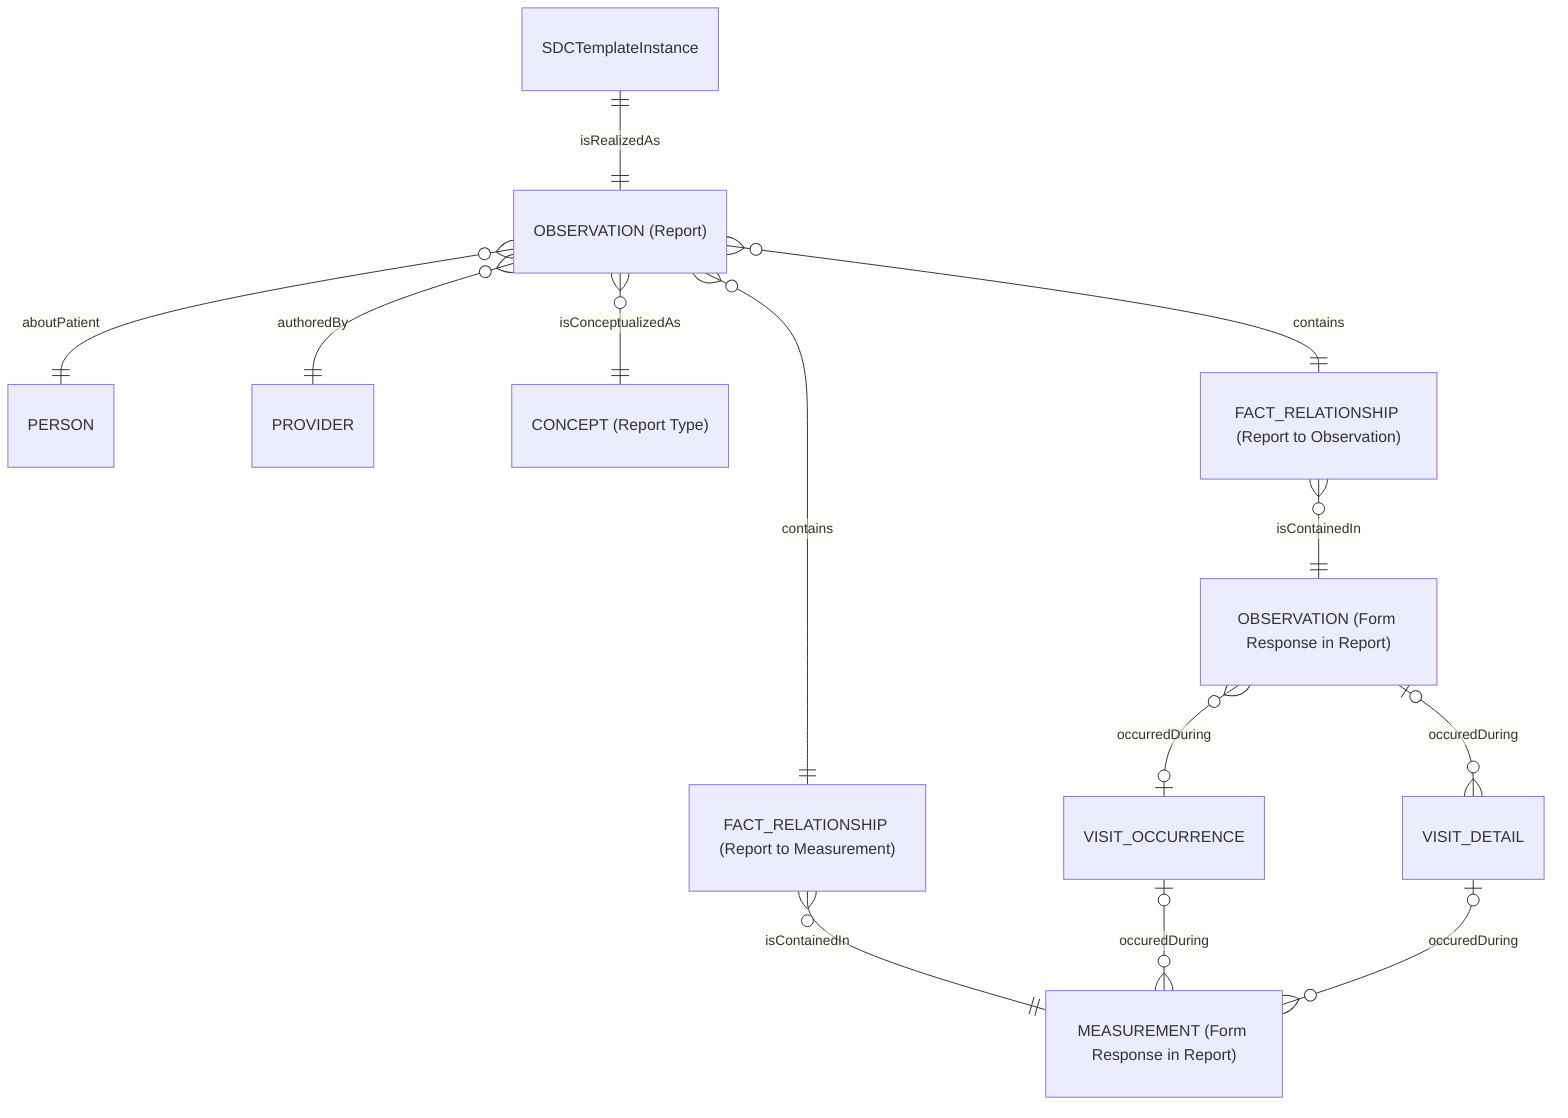
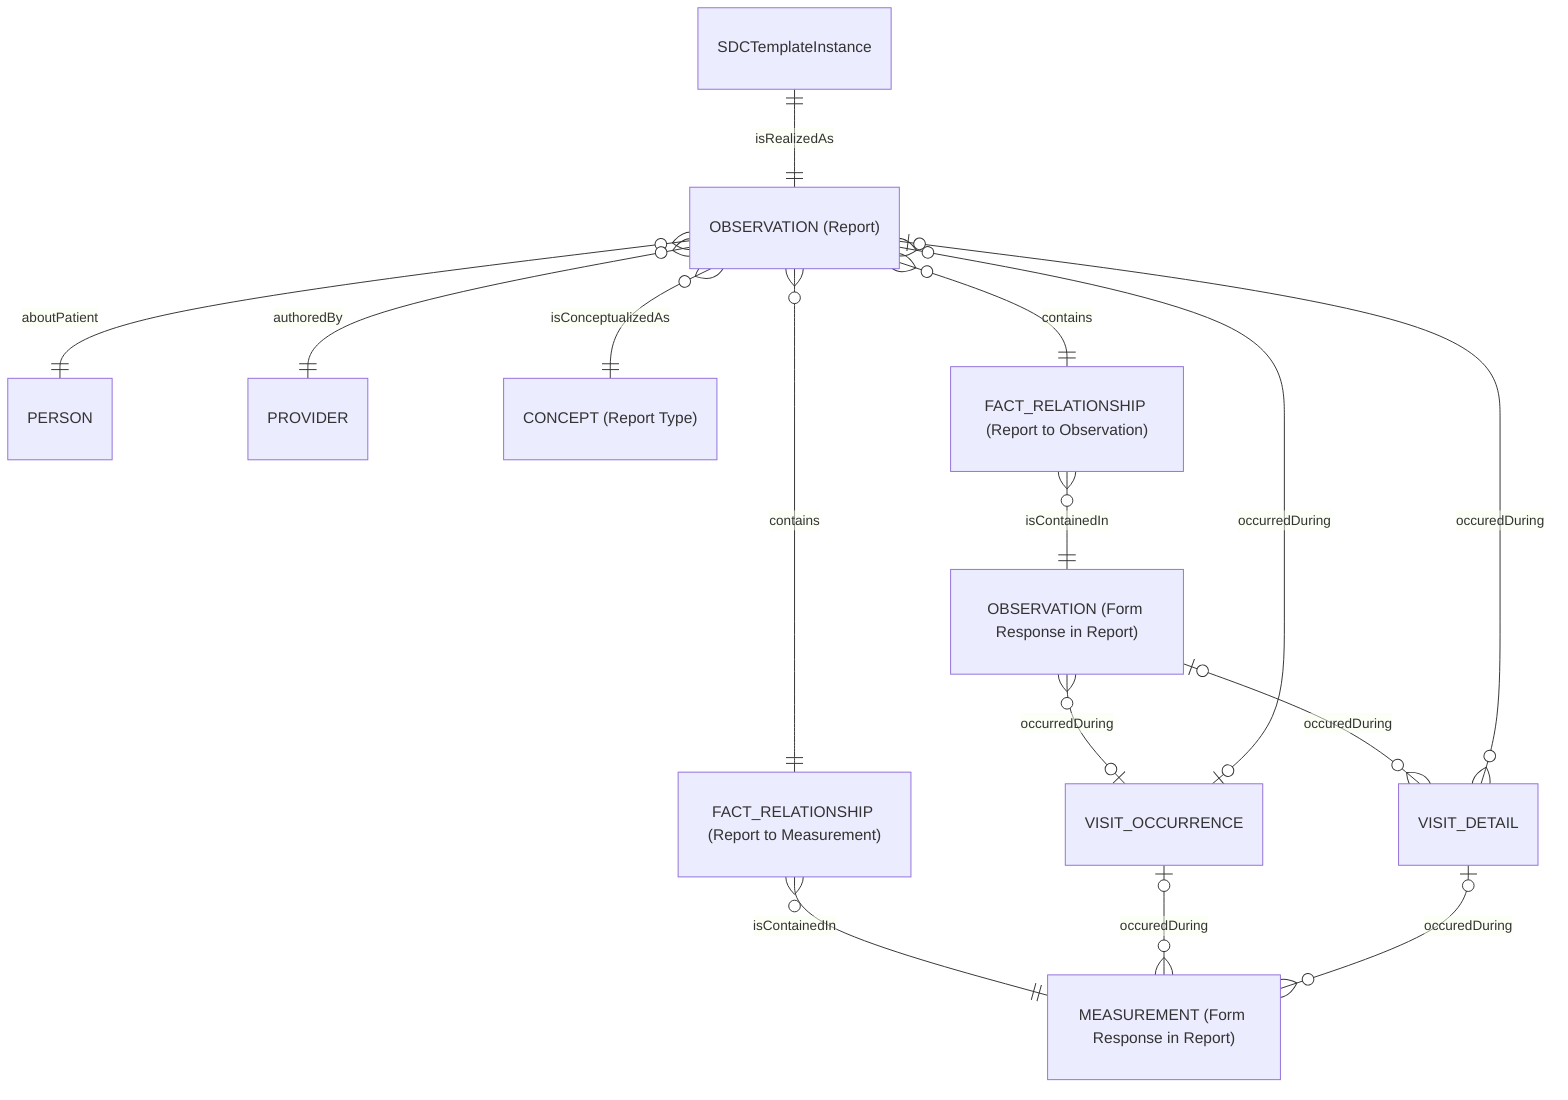
erDiagram

    OBSERVATION ["OBSERVATION (Report)"]
    OBSERVATION_OTHER ["OBSERVATION (Form Response in Report)"]
    MEASUREMENT ["MEASUREMENT (Form Response in Report)"]
    PERSON
    PROVIDER
    CONCEPT ["CONCEPT (Report Type)"]
    FACT_RELATIONSHIP_OBS ["FACT_RELATIONSHIP (Report to Observation)"]
    %%  {
    %%   INT domain_concept_id_1 FK "Observation (Report)"
    %%   INT fact_id_1  "observation_id_1"
    %%   INT domain_concept_id_2 FK "Observation (Contained in Report)"
    %%   INT fact_id_2 "observation_id_2"
    %%   VARCHAR relationship_concept_id FK "Observation that is contained within a Report"
    %% }
    FACT_RELATIONSHIP_MEAS ["FACT_RELATIONSHIP (Report to Measurement)"]
    %% {
    %%   INT domain_concept_id_1 FK "Observation (Report)"
    %%   INT fact_id_1  "observation_id_1"
    %%   INT domain_concept_id_2 FK "Measurement (Contained in Report)"
    %%   INT fact_id_2 "measurement_id_1"
    %%   VARCHAR relationship_concept_id FK "Measurement that is contained within a Report"
    %% }
    VISIT_OCCURRENCE
    VISIT_DETAIL
    SDCTemplateInstance

    OBSERVATION }o--|| PERSON : aboutPatient
    OBSERVATION }o--|| PROVIDER : authoredBy
    OBSERVATION_OTHER }o--o| VISIT_OCCURRENCE : occurredDuring
    OBSERVATION_OTHER |o--o{  VISIT_DETAIL : occuredDuring
+     OBSERVATION }o--o| VISIT_OCCURRENCE : occurredDuring
+     OBSERVATION|o--o{  VISIT_DETAIL : occuredDuring
    FACT_RELATIONSHIP_MEAS }o--|| MEASUREMENT : "isContainedIn"
    FACT_RELATIONSHIP_OBS }o--|| OBSERVATION_OTHER : "isContainedIn"
    %% MEASUREMENT }o--o| VISIT_OCCURRENCE : occurredDuring
    VISIT_OCCURRENCE |o--o{  MEASUREMENT : occuredDuring
    %% MEASUREMENT |o--o{  VISIT_DETAIL : occuredDuring
    VISIT_DETAIL |o--o{  MEASUREMENT : occuredDuring
    OBSERVATION }o--|| CONCEPT : "isConceptualizedAs"
    OBSERVATION }o--|| FACT_RELATIONSHIP_OBS : "contains"
    OBSERVATION }o--|| FACT_RELATIONSHIP_MEAS : "contains"
    SDCTemplateInstance ||--|| OBSERVATION : "isRealizedAs"

